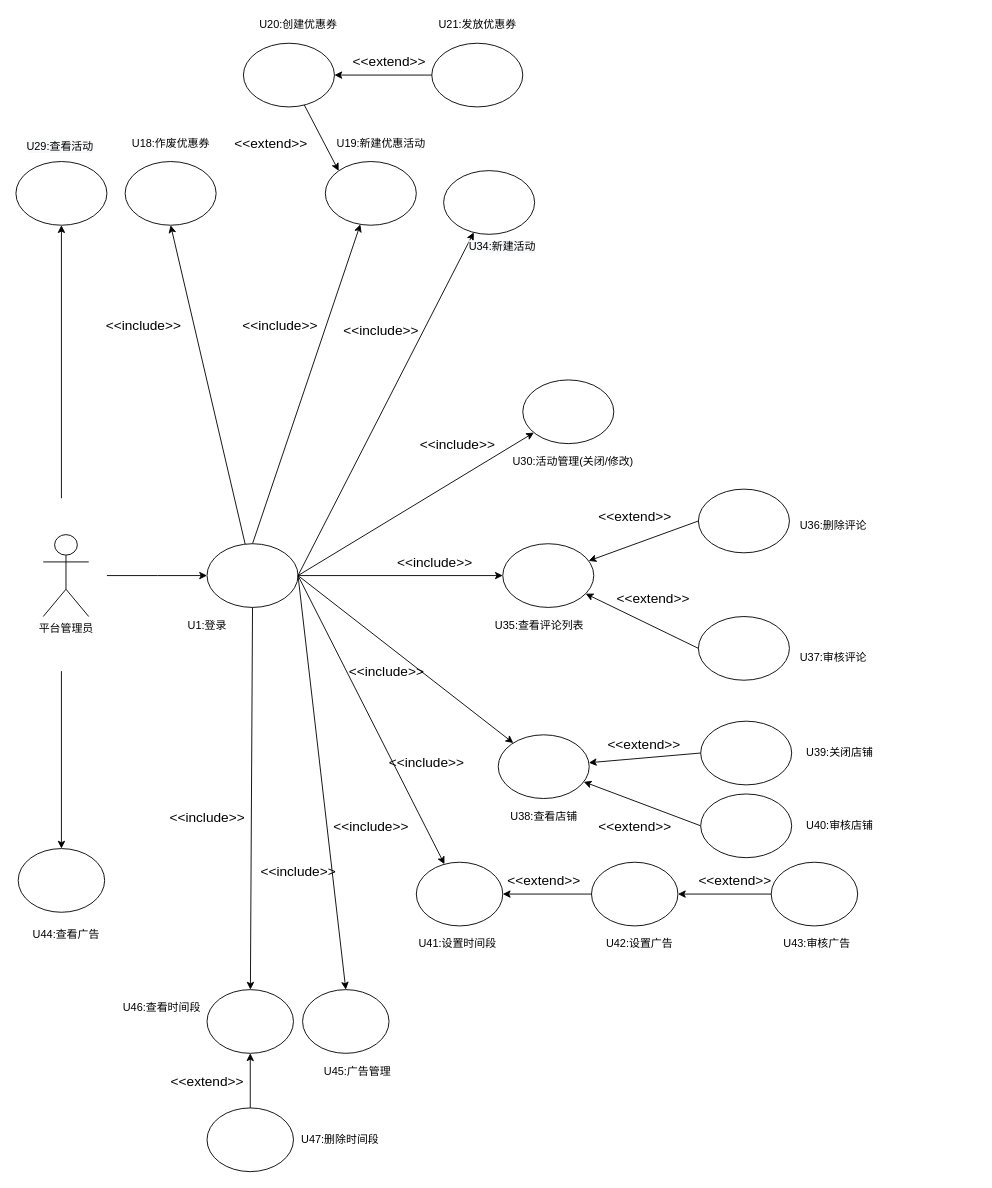
app1echip/grams keeps this draw.io diagram as 软工导论小组作业/需求建模之用例模型（商品模块-平台管理员）.drawio. Above is the earlier version. Source tidied: cells renumbered, new cells numbered last; positions are measured from the earlier drawing's top-left corner, leaving out a move shared by most shapes. Both pictures are drawn from the tidied source at 91%, with x=0, y=0 at pixel (15, 15).
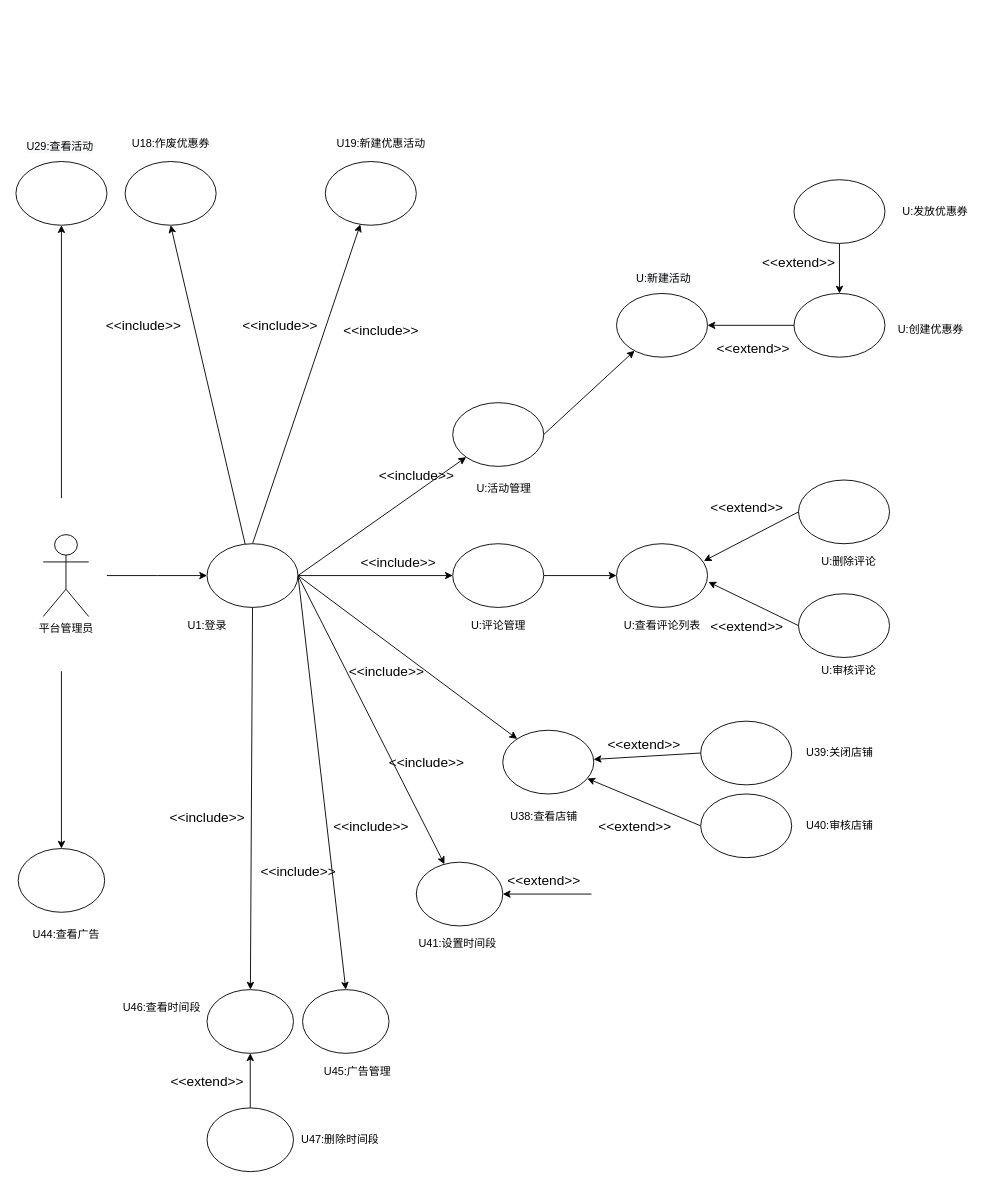
The same page after the edit.

Commit message (it also covers changes not shown here):
Update 需求建模之用例模型（商品模块-平台管理员）.drawio

Unchanged cells that the change refers to:
```xml
<mxCell id="8" style="ellipse;whiteSpace=wrap;html=1;" parent="1" vertex="1">
  <mxGeometry x="340" y="160" width="100" height="70" as="geometry" />
</mxCell>
<mxCell id="26" style="ellipse;whiteSpace=wrap;html=1;" parent="1" vertex="1">
  <mxGeometry x="210" y="580" width="100" height="70" as="geometry" />
</mxCell>
<mxCell id="55" style="ellipse;whiteSpace=wrap;html=1;" parent="1" vertex="1">
  <mxGeometry x="440" y="930" width="95" height="70" as="geometry" />
</mxCell>
```

The edit, as a diff of the source:
```diff
@@
-    <mxCell id="3" style="edgeStyle=none;rounded=0;jettySize=auto;html=1;entryX=0;entryY=0;entryDx=0;entryDy=0;startArrow=none;startFill=0;endArrow=classic;endFill=1;" parent="1" edge="1" source="4" target="8">
+    <mxCell id="3" style="edgeStyle=none;rounded=0;jettySize=auto;html=1;entryX=1;entryY=0.5;entryDx=0;entryDy=0;startArrow=none;startFill=0;endArrow=classic;endFill=1;" parent="1" edge="1" source="4" target="29">
       <mxGeometry relative="1" as="geometry" />
     </mxCell>
     <mxCell id="4" style="ellipse;whiteSpace=wrap;html=1;" parent="1" vertex="1">
-      <mxGeometry x="250" y="30" width="100" height="70" as="geometry" />
+      <mxGeometry x="855" y="305" width="100" height="70" as="geometry" />
     </mxCell>
-    <mxCell id="5" style="edgeStyle=none;rounded=0;jettySize=auto;html=1;entryX=1;entryY=0.5;entryDx=0;entryDy=0;startArrow=none;startFill=0;endArrow=classic;endFill=1;" parent="1" edge="1" source="6" target="4">
+    <mxCell id="5" style="edgeStyle=none;rounded=0;jettySize=auto;html=1;entryX=0.5;entryY=0;entryDx=0;entryDy=0;startArrow=none;startFill=0;endArrow=classic;endFill=1;" parent="1" edge="1" source="6" target="4">
       <mxGeometry relative="1" as="geometry" />
     </mxCell>
     <mxCell id="6" style="ellipse;whiteSpace=wrap;html=1;" parent="1" vertex="1">
-      <mxGeometry x="457" y="30" width="100" height="70" as="geometry" />
+      <mxGeometry x="855" y="180" width="100" height="70" as="geometry" />
     </mxCell>
@@
     <mxCell id="9" style="ellipse;whiteSpace=wrap;html=1;" parent="1" vertex="1">
-      <mxGeometry x="750" y="660" width="100" height="70" as="geometry" />
+      <mxGeometry x="860" y="635" width="100" height="70" as="geometry" />
     </mxCell>
@@
-    <mxCell id="11" style="edgeStyle=none;rounded=0;jettySize=auto;html=1;entryX=0;entryY=0.5;entryDx=0;entryDy=0;startArrow=classic;startFill=1;endArrow=none;endFill=0;" parent="1" edge="1" source="13" target="14">
+    <mxCell id="11" style="edgeStyle=none;rounded=0;jettySize=auto;html=1;entryX=0;entryY=0.5;entryDx=0;entryDy=0;startArrow=classic;startFill=1;endArrow=none;endFill=0;exitX=0.96;exitY=0.271;exitDx=0;exitDy=0;exitPerimeter=0;" parent="1" edge="1" source="86" target="14">
       <mxGeometry relative="1" as="geometry" />
     </mxCell>
-    <mxCell id="12" style="edgeStyle=none;rounded=0;jettySize=auto;html=1;entryX=0;entryY=0.5;entryDx=0;entryDy=0;startArrow=classic;startFill=1;endArrow=none;endFill=0;" parent="1" edge="1" source="13" target="9">
+    <mxCell id="12" style="edgeStyle=none;rounded=0;jettySize=auto;html=1;entryX=0;entryY=0.5;entryDx=0;entryDy=0;startArrow=classic;startFill=1;endArrow=none;endFill=0;exitX=1.01;exitY=0.6;exitDx=0;exitDy=0;exitPerimeter=0;" parent="1" edge="1" source="86" target="9">
       <mxGeometry relative="1" as="geometry" />
     </mxCell>
+    <mxCell id="85" style="edgeStyle=none;rounded=0;jettySize=auto;html=1;entryX=0;entryY=0.5;entryDx=0;entryDy=0;" parent="1" edge="1" source="13" target="86">
+      <mxGeometry relative="1" as="geometry" />
+    </mxCell>
     <mxCell id="13" style="ellipse;whiteSpace=wrap;html=1;" parent="1" vertex="1">
-      <mxGeometry x="535" y="580" width="100" height="70" as="geometry" />
+      <mxGeometry x="480" y="580" width="100" height="70" as="geometry" />
     </mxCell>
     <mxCell id="14" style="ellipse;whiteSpace=wrap;html=1;" parent="1" vertex="1">
-      <mxGeometry x="750" y="520" width="100" height="70" as="geometry" />
+      <mxGeometry x="860" y="510" width="100" height="70" as="geometry" />
     </mxCell>
@@
-    <mxCell id="16" value="&lt;span&gt;U21:&lt;/span&gt;&lt;span&gt;发放优惠券&lt;/span&gt;" style="text;html=1;align=center;verticalAlign=middle;" parent="1" vertex="1">
-      <mxGeometry x="457" width="100" height="20" as="geometry" />
+    <mxCell id="16" value="&lt;span&gt;U:&lt;/span&gt;&lt;span&gt;发放优惠券&lt;/span&gt;" style="text;html=1;align=center;verticalAlign=middle;" parent="1" vertex="1">
+      <mxGeometry x="965" y="205" width="90" height="20" as="geometry" />
     </mxCell>
@@
-    <mxCell id="18" value="&lt;span&gt;U20:&lt;/span&gt;&lt;span&gt;创建优惠券&lt;/span&gt;" style="text;html=1;align=center;verticalAlign=middle;" parent="1" vertex="1">
-      <mxGeometry x="260" width="100" height="20" as="geometry" />
+    <mxCell id="18" value="&lt;span&gt;U:&lt;/span&gt;&lt;span&gt;创建优惠券&lt;/span&gt;" style="text;html=1;align=center;verticalAlign=middle;" parent="1" vertex="1">
+      <mxGeometry x="960" y="335" width="90" height="20" as="geometry" />
     </mxCell>
@@
-    <mxCell id="20" value="&lt;span&gt;U30:&lt;/span&gt;&lt;span&gt;活动管理(关闭/修改)&lt;/span&gt;" style="text;html=1;align=center;verticalAlign=middle;" parent="1" vertex="1">
-      <mxGeometry x="537" y="480" width="150" height="20" as="geometry" />
+    <mxCell id="20" value="&lt;span&gt;U:&lt;/span&gt;&lt;span&gt;活动管理&lt;/span&gt;" style="text;html=1;align=center;verticalAlign=middle;" parent="1" vertex="1">
+      <mxGeometry x="496" y="510" width="80" height="20" as="geometry" />
     </mxCell>
-    <mxCell id="21" value="&lt;span&gt;U35:&lt;/span&gt;&lt;span&gt;查看评论列表&lt;/span&gt;" style="text;html=1;align=center;verticalAlign=middle;" parent="1" vertex="1">
-      <mxGeometry x="520" y="660" width="110" height="20" as="geometry" />
+    <mxCell id="21" value="&lt;span&gt;U:&lt;/span&gt;&lt;span&gt;评论管理&lt;/span&gt;" style="text;html=1;align=center;verticalAlign=middle;" parent="1" vertex="1">
+      <mxGeometry x="490" y="660" width="80" height="20" as="geometry" />
     </mxCell>
-    <mxCell id="22" value="&lt;span&gt;U36:&lt;/span&gt;&lt;span&gt;删除评论&lt;/span&gt;" style="text;html=1;align=center;verticalAlign=middle;" parent="1" vertex="1">
-      <mxGeometry x="852.5" y="550" width="90" height="20" as="geometry" />
+    <mxCell id="22" value="&lt;span&gt;U:&lt;/span&gt;&lt;span&gt;删除评论&lt;/span&gt;" style="text;html=1;align=center;verticalAlign=middle;" parent="1" vertex="1">
+      <mxGeometry x="875" y="590" width="80" height="20" as="geometry" />
     </mxCell>
-    <mxCell id="23" value="&lt;span&gt;U37:&lt;/span&gt;&lt;span&gt;审核评论&lt;/span&gt;" style="text;html=1;align=center;verticalAlign=middle;" parent="1" vertex="1">
-      <mxGeometry x="852.5" y="695" width="90" height="20" as="geometry" />
+    <mxCell id="23" value="&lt;span&gt;U:&lt;/span&gt;&lt;span&gt;审核评论&lt;/span&gt;" style="text;html=1;align=center;verticalAlign=middle;" parent="1" vertex="1">
+      <mxGeometry x="875" y="710" width="80" height="20" as="geometry" />
     </mxCell>
@@
-    <mxCell id="28" style="edgeStyle=none;rounded=0;jettySize=auto;html=1;entryX=1;entryY=0.5;entryDx=0;entryDy=0;startArrow=classic;startFill=1;endArrow=none;endFill=0;" parent="1" edge="1" source="29" target="26">
+    <mxCell id="28" style="edgeStyle=none;rounded=0;jettySize=auto;html=1;entryX=1;entryY=0.5;entryDx=0;entryDy=0;startArrow=classic;startFill=1;endArrow=none;endFill=0;" parent="1" edge="1" source="29" target="32">
       <mxGeometry relative="1" as="geometry" />
     </mxCell>
     <mxCell id="29" style="ellipse;whiteSpace=wrap;html=1;" parent="1" vertex="1">
-      <mxGeometry x="470" y="170" width="100" height="70" as="geometry" />
+      <mxGeometry x="660" y="305" width="100" height="70" as="geometry" />
     </mxCell>
-    <mxCell id="30" value="&lt;span style=&quot;color: rgb(0 , 0 , 0) ; font-family: &amp;#34;helvetica&amp;#34; ; font-size: 12px ; font-style: normal ; font-weight: 400 ; letter-spacing: normal ; text-align: center ; text-indent: 0px ; text-transform: none ; word-spacing: 0px ; background-color: rgb(248 , 249 , 250)&quot;&gt;U34:&lt;/span&gt;&lt;span style=&quot;color: rgb(0 , 0 , 0) ; font-family: &amp;#34;helvetica&amp;#34; ; font-size: 12px ; font-style: normal ; font-weight: 400 ; letter-spacing: normal ; text-align: center ; text-indent: 0px ; text-transform: none ; word-spacing: 0px ; background-color: rgb(248 , 249 , 250)&quot;&gt;新建活动&lt;/span&gt;" style="text;whiteSpace=wrap;html=1;" parent="1" vertex="1">
-      <mxGeometry x="496" y="240" width="104" height="30" as="geometry" />
+    <mxCell id="30" value="&lt;span style=&quot;color: rgb(0 , 0 , 0) ; font-family: &amp;#34;helvetica&amp;#34; ; font-size: 12px ; font-style: normal ; font-weight: 400 ; letter-spacing: normal ; text-align: center ; text-indent: 0px ; text-transform: none ; word-spacing: 0px ; background-color: rgb(248 , 249 , 250)&quot;&gt;U:&lt;/span&gt;&lt;span style=&quot;color: rgb(0 , 0 , 0) ; font-family: &amp;#34;helvetica&amp;#34; ; font-size: 12px ; font-style: normal ; font-weight: 400 ; letter-spacing: normal ; text-align: center ; text-indent: 0px ; text-transform: none ; word-spacing: 0px ; background-color: rgb(248 , 249 , 250)&quot;&gt;新建活动&lt;/span&gt;" style="text;whiteSpace=wrap;html=1;" parent="1" vertex="1">
+      <mxGeometry x="680" y="275" width="104" height="30" as="geometry" />
     </mxCell>
@@
     <mxCell id="32" style="ellipse;whiteSpace=wrap;html=1;" parent="1" vertex="1">
-      <mxGeometry x="557" y="400" width="100" height="70" as="geometry" />
+      <mxGeometry x="480" y="425" width="100" height="70" as="geometry" />
     </mxCell>
@@
     <mxCell id="39" value="&lt;font style=&quot;font-size: 15px&quot;&gt;&amp;lt;&amp;lt;include&amp;gt;&amp;gt;&lt;/font&gt;" style="text;html=1;align=center;verticalAlign=middle;" parent="1" vertex="1">
-      <mxGeometry x="410" y="590" width="100" height="20" as="geometry" />
+      <mxGeometry x="370" y="590" width="100" height="20" as="geometry" />
     </mxCell>
     <mxCell id="40" value="&lt;font style=&quot;font-size: 15px&quot;&gt;&amp;lt;&amp;lt;extend&amp;gt;&amp;gt;&lt;/font&gt;" style="text;html=1;align=center;verticalAlign=middle;" parent="1" vertex="1">
-      <mxGeometry x="630" y="540" width="100" height="20" as="geometry" />
+      <mxGeometry x="752.5" y="530" width="100" height="20" as="geometry" />
     </mxCell>
     <mxCell id="41" value="&lt;font style=&quot;font-size: 15px&quot;&gt;&amp;lt;&amp;lt;extend&amp;gt;&amp;gt;&lt;/font&gt;" style="text;html=1;align=center;verticalAlign=middle;" parent="1" vertex="1">
-      <mxGeometry x="650" y="630" width="100" height="20" as="geometry" />
+      <mxGeometry x="752.5" y="660" width="100" height="20" as="geometry" />
     </mxCell>
     <mxCell id="42" value="&lt;font style=&quot;font-size: 15px&quot;&gt;&amp;lt;&amp;lt;extend&amp;gt;&amp;gt;&lt;/font&gt;" style="text;html=1;align=center;verticalAlign=middle;" parent="1" vertex="1">
-      <mxGeometry x="360" y="40" width="100" height="20" as="geometry" />
+      <mxGeometry x="810" y="260" width="100" height="20" as="geometry" />
     </mxCell>
     <mxCell id="43" value="&lt;font style=&quot;font-size: 15px&quot;&gt;&amp;lt;&amp;lt;extend&amp;gt;&amp;gt;&lt;/font&gt;" style="text;html=1;align=center;verticalAlign=middle;" parent="1" vertex="1">
-      <mxGeometry x="230" y="130" width="100" height="20" as="geometry" />
+      <mxGeometry x="760" y="355" width="100" height="20" as="geometry" />
     </mxCell>
@@
     <mxCell id="47" style="ellipse;whiteSpace=wrap;html=1;" parent="1" vertex="1">
-      <mxGeometry x="530" y="790" width="100" height="70" as="geometry" />
+      <mxGeometry x="535" y="785" width="100" height="70" as="geometry" />
     </mxCell>
@@
-    <mxCell id="54" style="edgeStyle=none;rounded=0;jettySize=auto;html=1;entryX=0;entryY=0.5;entryDx=0;entryDy=0;startArrow=classic;startFill=1;endArrow=none;endFill=0;" parent="1" edge="1" source="55" target="58">
-      <mxGeometry relative="1" as="geometry" />
+    <mxCell id="54" style="edgeStyle=none;rounded=0;jettySize=auto;html=1;entryX=0;entryY=0.5;entryDx=0;entryDy=0;startArrow=classic;startFill=1;endArrow=none;endFill=0;" parent="1" edge="1" source="55">
+      <mxGeometry relative="1" as="geometry">
+        <mxPoint x="632.5" y="965" as="targetPoint" />
+      </mxGeometry>
     </mxCell>
@@
-    <mxCell id="57" style="edgeStyle=none;rounded=0;jettySize=auto;html=1;entryX=0;entryY=0.5;entryDx=0;entryDy=0;startArrow=classic;startFill=1;endArrow=none;endFill=0;" parent="1" edge="1" source="58" target="62">
-      <mxGeometry relative="1" as="geometry" />
-    </mxCell>
-    <mxCell id="58" style="ellipse;whiteSpace=wrap;html=1;" parent="1" vertex="1">
-      <mxGeometry x="632.5" y="930" width="95" height="70" as="geometry" />
-    </mxCell>
-    <mxCell id="59" value="&lt;span&gt;U42:&lt;/span&gt;&lt;span&gt;设置广告&lt;/span&gt;" style="text;html=1;align=center;verticalAlign=middle;" parent="1" vertex="1">
-      <mxGeometry x="640" y="1010" width="90" height="20" as="geometry" />
-    </mxCell>
@@
-    <mxCell id="62" style="ellipse;whiteSpace=wrap;html=1;" parent="1" vertex="1">
-      <mxGeometry x="830" y="930" width="95" height="70" as="geometry" />
-    </mxCell>
-    <mxCell id="63" value="&lt;span&gt;U43:审核&lt;/span&gt;&lt;span&gt;广告&lt;/span&gt;" style="text;html=1;align=center;verticalAlign=middle;" parent="1" vertex="1">
-      <mxGeometry x="835" y="1010" width="90" height="20" as="geometry" />
-    </mxCell>
@@
-    <mxCell id="79" value="&lt;font style=&quot;font-size: 15px&quot;&gt;&amp;lt;&amp;lt;extend&amp;gt;&amp;gt;&lt;/font&gt;" style="text;html=1;align=center;verticalAlign=middle;" parent="1" vertex="1">
-      <mxGeometry x="740" y="940" width="100" height="20" as="geometry" />
-    </mxCell>
@@
     <mxCell id="83" value="&lt;font style=&quot;font-size: 15px&quot;&gt;&amp;lt;&amp;lt;include&amp;gt;&amp;gt;&lt;/font&gt;" style="text;html=1;align=center;verticalAlign=middle;" parent="1" vertex="1">
-      <mxGeometry x="435" y="460" width="100" height="20" as="geometry" />
+      <mxGeometry x="390" y="495" width="100" height="20" as="geometry" />
     </mxCell>
@@
+    <mxCell id="86" style="ellipse;whiteSpace=wrap;html=1;" parent="1" vertex="1">
+      <mxGeometry x="660" y="580" width="100" height="70" as="geometry" />
+    </mxCell>
+    <mxCell id="87" value="&lt;span&gt;U:&lt;/span&gt;&lt;span&gt;查看评论列表&lt;/span&gt;" style="text;html=1;align=center;verticalAlign=middle;" parent="1" vertex="1">
+      <mxGeometry x="660" y="660" width="100" height="20" as="geometry" />
+    </mxCell>
```
